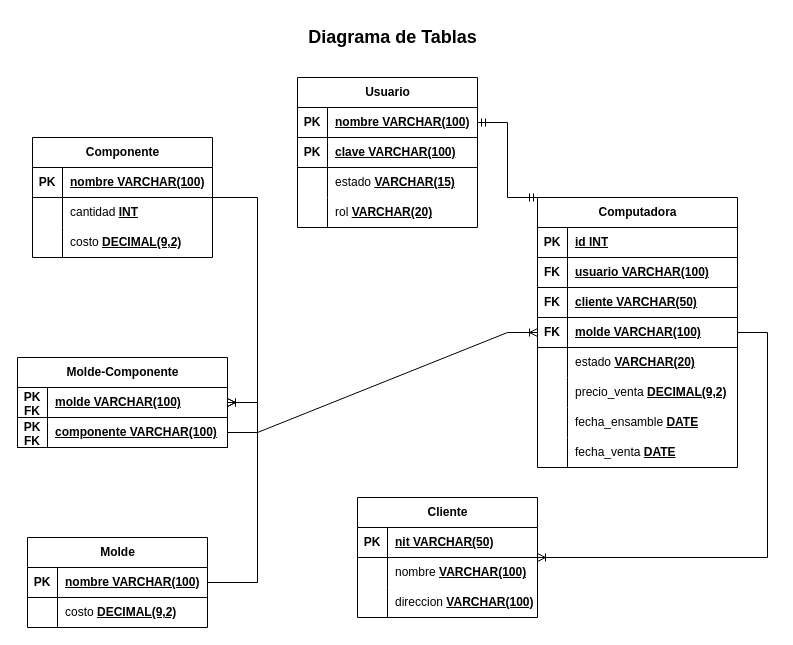
The draw.io diagram Documentación/diagrama de tablas.drawio in MynorDaniel/TechSolutionsHub, before the edit. Source tidied: cells renumbered, new cells numbered last; positions are measured from the earlier drawing's top-left corner, leaving out a move shared by most shapes. Both pictures are drawn from the tidied source at 100%, with x=0, y=0 at pixel (17, 17).
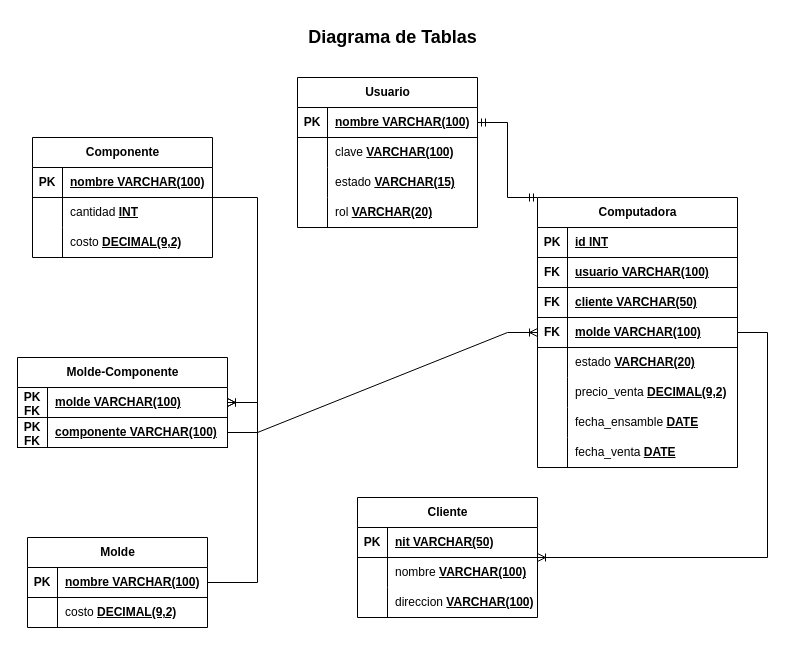
The same diagram, later.

The change refers to these unchanged cells:
```xml
<mxCell id="3" value="Usuario" style="shape=table;startSize=30;childLayout=tableLayout;rowLines=0;fontStyle=1;align=center;html=1;" parent="1" vertex="1">
  <mxGeometry x="280" y="60" width="180" height="150" as="geometry" />
</mxCell>
```

What changed in the source:
```diff
@@
-    <mxCell id="7" style="shape=tableRow;horizontal=0;startSize=0;swimlaneHead=0;swimlaneBody=0;fillColor=none;top=0;left=0;right=0;bottom=1;" parent="3" vertex="1">
-      <mxGeometry y="60" width="180" height="30" as="geometry" />
-    </mxCell>
-    <mxCell id="8" value="PK" style="shape=partialRectangle;fillColor=none;top=0;left=0;bottom=0;right=0;fontStyle=1;overflow=hidden;whiteSpace=wrap;html=1;" parent="7" vertex="1">
-      <mxGeometry width="30" height="30" as="geometry" />
-    </mxCell>
+    <mxCell id="80" style="shape=tableRow;horizontal=0;startSize=0;swimlaneHead=0;swimlaneBody=0;fillColor=none;top=0;left=0;right=0;bottom=0;" parent="3" vertex="1">
+      <mxGeometry y="60" width="180" height="30" as="geometry" />
+    </mxCell>
+    <mxCell id="81" style="shape=partialRectangle;fillColor=none;top=0;left=0;bottom=0;right=0;overflow=hidden;whiteSpace=wrap;html=1;" parent="80" vertex="1">
+      <mxGeometry width="30" height="30" as="geometry" />
+    </mxCell>
-    <mxCell id="9" value="clave VARCHAR(100)" style="shape=partialRectangle;fillColor=none;top=0;left=0;bottom=0;right=0;align=left;spacingLeft=6;fontStyle=5;overflow=hidden;whiteSpace=wrap;html=1;" parent="7" vertex="1">
+    <mxCell id="9" value="clave&amp;nbsp;&lt;span style=&quot;font-weight: 700; text-decoration-line: underline;&quot;&gt;VARCHAR(100)&lt;/span&gt;" style="shape=partialRectangle;fillColor=none;top=0;left=0;bottom=0;right=0;align=left;spacingLeft=6;overflow=hidden;whiteSpace=wrap;html=1;" parent="80" vertex="1">
       <mxGeometry x="30" width="150" height="30" as="geometry" />
     </mxCell>
```
